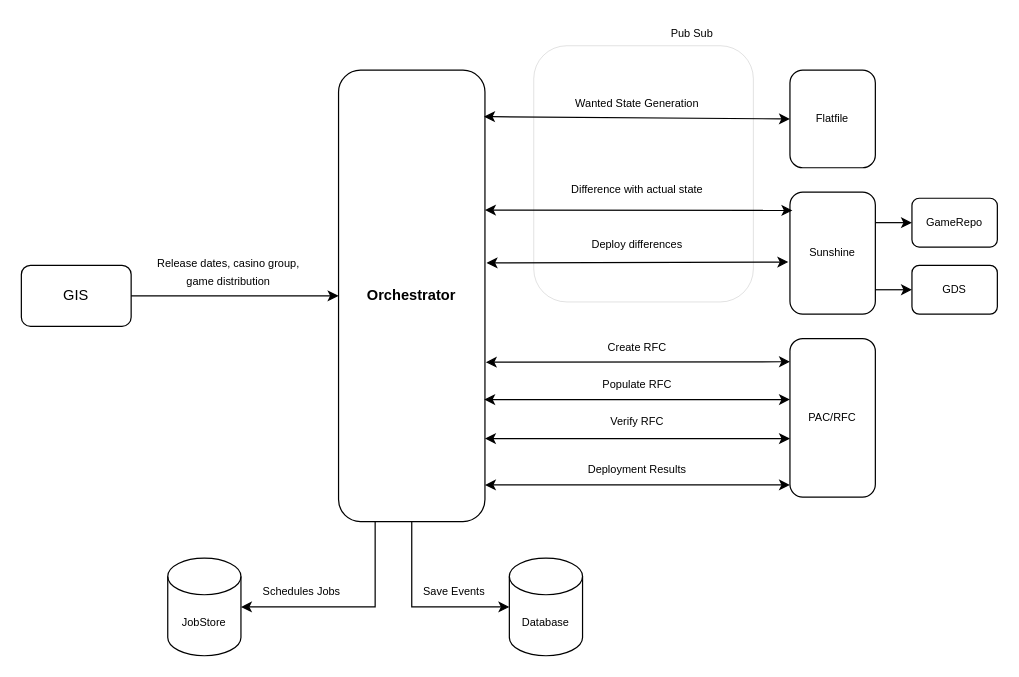
Before: application-diagrams/casino/functional/release-executor/flow.drawio in rohit23ahuja/draw-io, a draw.io diagram. Source tidied: cells renumbered, new cells numbered last; positions are measured from the earlier drawing's top-left corner, leaving out a move shared by most shapes. Both pictures are drawn from the tidied source at 122%, with x=0, y=0 at pixel (21, 21).
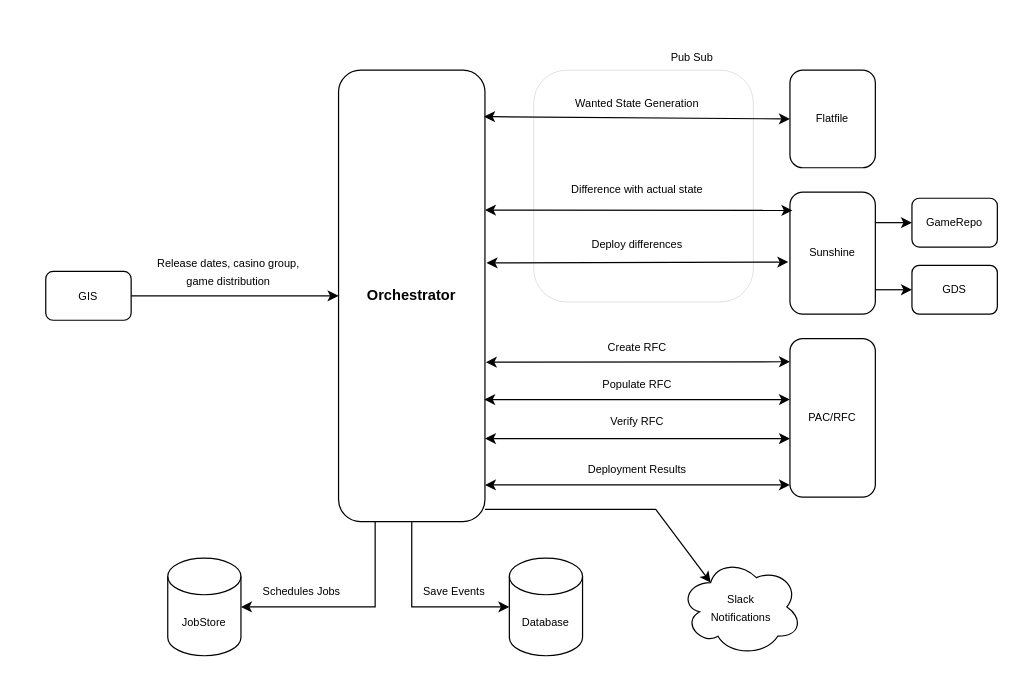
The same diagram, later.

What changed in the source:
```diff
@@
     <mxCell id="2" style="rounded=1;whiteSpace=wrap;html=1;fontSize=9;dashed=1;dashPattern=1 1;strokeWidth=0;glass=0;shadow=0;gradientColor=none;" parent="1" vertex="1">
-      <mxGeometry x="420" y="20" width="180" height="210" as="geometry" />
+      <mxGeometry x="420" y="40" width="180" height="190" as="geometry" />
     </mxCell>
-    <mxCell id="3" value="GIS" style="rounded=1;whiteSpace=wrap;html=1;" parent="1" vertex="1">
-      <mxGeometry y="200" width="90" height="50" as="geometry" />
+    <mxCell id="3" value="&lt;font style=&quot;font-size: 9px;&quot;&gt;GIS&lt;/font&gt;" style="rounded=1;whiteSpace=wrap;html=1;" parent="1" vertex="1">
+      <mxGeometry x="20" y="205" width="70" height="40" as="geometry" />
     </mxCell>
@@
     <mxCell id="34" value="Pub Sub" style="text;html=1;strokeColor=none;fillColor=none;align=center;verticalAlign=middle;whiteSpace=wrap;rounded=0;shadow=0;glass=0;dashed=1;dashPattern=1 1;fontSize=9;" parent="1" vertex="1">
-      <mxGeometry x="510" width="80" height="20" as="geometry" />
+      <mxGeometry x="510" y="20" width="80" height="20" as="geometry" />
     </mxCell>
+    <mxCell id="35" value="&lt;font style=&quot;font-size: 9px;&quot;&gt;Slack &lt;br&gt;Notifications&lt;/font&gt;" style="ellipse;shape=cloud;whiteSpace=wrap;html=1;" parent="1" vertex="1">
+      <mxGeometry x="540" y="440" width="100" height="80" as="geometry" />
+    </mxCell>
+    <mxCell id="36" style="endArrow=classic;html=1;rounded=0;fontSize=9;entryX=0.25;entryY=0.25;entryDx=0;entryDy=0;entryPerimeter=0;" parent="1" edge="1" target="35">
+      <mxGeometry relative="1" as="geometry">
+        <mxPoint x="380" y="400" as="sourcePoint" />
+        <Array as="points">
+          <mxPoint x="520" y="400" />
+        </Array>
+      </mxGeometry>
+    </mxCell>
```
